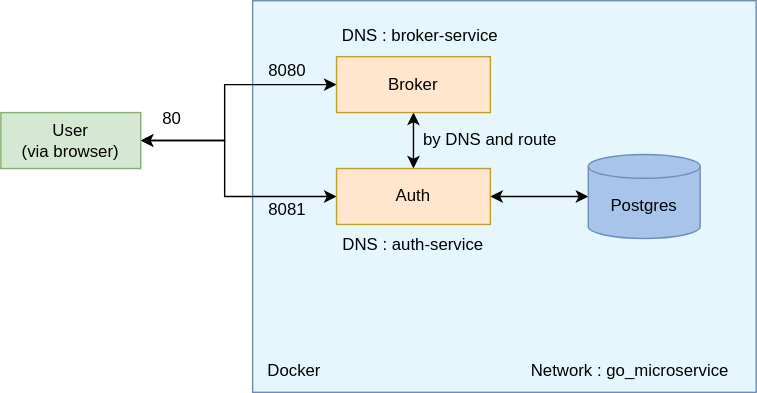
Earlier version of the draw.io export structure.svg (fangjjcs/Working-with-Microservices-in-Golang). Source tidied: cells renumbered, new cells last; positions are measured from the earlier drawing's top-left corner, leaving out a move shared by most shapes.
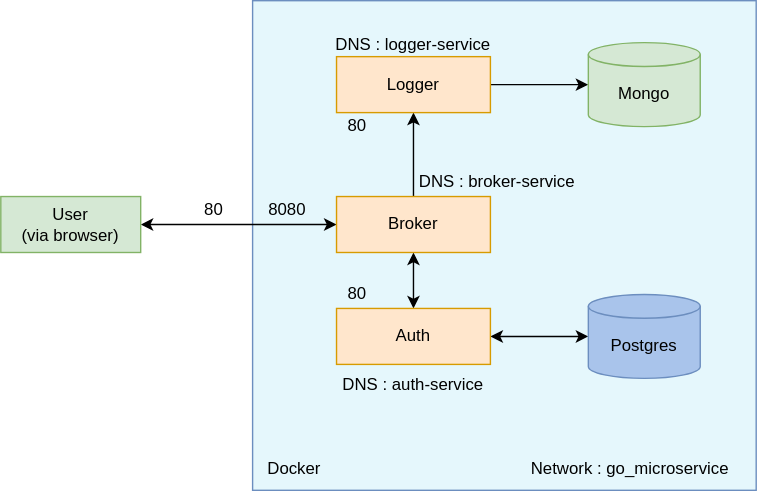
Later version of the same file.

What changed in the source:
```diff
@@ -3,30 +3,25 @@
     <mxCell id="0" />
     <mxCell id="1" parent="0" />
     <mxCell id="2" style="rounded=0;whiteSpace=wrap;html=1;fillColor=#E5F7FC;strokeColor=#6c8ebf;" parent="1" vertex="1">
-      <mxGeometry x="180" width="360" height="280" as="geometry" />
+      <mxGeometry x="180" y="-100" width="360" height="350" as="geometry" />
     </mxCell>
     <mxCell id="3" style="edgeStyle=orthogonalEdgeStyle;rounded=0;jettySize=auto;html=1;exitX=1;exitY=0.5;exitDx=0;exitDy=0;entryX=0;entryY=0.5;entryDx=0;entryDy=0;startArrow=classic;startFill=1;" parent="1" edge="1" source="5" target="7">
       <mxGeometry relative="1" as="geometry">
         <Array as="points">
-          <mxPoint x="160" y="100" />
-          <mxPoint x="160" y="60" />
+          <mxPoint x="150" y="60" />
+          <mxPoint x="150" y="60" />
         </Array>
       </mxGeometry>
     </mxCell>
-    <mxCell id="4" style="edgeStyle=orthogonalEdgeStyle;rounded=0;jettySize=auto;html=1;entryX=0;entryY=0.5;entryDx=0;entryDy=0;startArrow=classic;startFill=1;" parent="1" edge="1" source="5" target="9">
-      <mxGeometry relative="1" as="geometry">
-        <Array as="points">
-          <mxPoint x="160" y="100" />
-          <mxPoint x="160" y="140" />
-        </Array>
-      </mxGeometry>
-    </mxCell>
     <mxCell id="5" value="User&lt;br&gt;(via browser)" style="rounded=0;whiteSpace=wrap;html=1;fillColor=#d5e8d4;strokeColor=#82b366;" parent="1" vertex="1">
-      <mxGeometry y="80" width="100" height="40" as="geometry" />
+      <mxGeometry y="40" width="100" height="40" as="geometry" />
     </mxCell>
     <mxCell id="6" style="edgeStyle=orthogonalEdgeStyle;rounded=0;jettySize=auto;html=1;exitX=0.5;exitY=1;exitDx=0;exitDy=0;startArrow=classic;startFill=1;" parent="1" edge="1" source="7" target="9">
       <mxGeometry relative="1" as="geometry" />
     </mxCell>
+    <mxCell id="19" style="edgeStyle=orthogonalEdgeStyle;rounded=0;jettySize=auto;html=1;entryX=0.5;entryY=1;entryDx=0;entryDy=0;" parent="1" edge="1" source="7" target="21">
+      <mxGeometry relative="1" as="geometry" />
+    </mxCell>
     <mxCell id="7" value="Broker" style="rounded=0;whiteSpace=wrap;html=1;fillColor=#ffe6cc;strokeColor=#d79b00;" parent="1" vertex="1">
       <mxGeometry x="240" y="40" width="110" height="40" as="geometry" />
     </mxCell>
@@ -40,28 +35,40 @@
       <mxGeometry x="420" y="110" width="80" height="60" as="geometry" />
     </mxCell>
     <mxCell id="11" value="Network : go_microservice" style="text;html=1;strokeColor=none;fillColor=none;align=center;verticalAlign=middle;whiteSpace=wrap;rounded=0;" parent="1" vertex="1">
-      <mxGeometry x="360" y="250" width="180" height="30" as="geometry" />
+      <mxGeometry x="360" y="220" width="180" height="30" as="geometry" />
     </mxCell>
     <mxCell id="12" value="DNS : auth-service" style="text;html=1;strokeColor=none;fillColor=none;align=center;verticalAlign=middle;whiteSpace=wrap;rounded=0;" parent="1" vertex="1">
       <mxGeometry x="240" y="160" width="110" height="30" as="geometry" />
     </mxCell>
     <mxCell id="13" value="DNS : broker-service" style="text;html=1;strokeColor=none;fillColor=none;align=center;verticalAlign=middle;whiteSpace=wrap;rounded=0;" parent="1" vertex="1">
-      <mxGeometry x="240" y="10" width="120" height="30" as="geometry" />
+      <mxGeometry x="295" y="15" width="120" height="30" as="geometry" />
     </mxCell>
     <mxCell id="14" value="80" style="text;html=1;strokeColor=none;fillColor=none;align=center;verticalAlign=middle;whiteSpace=wrap;rounded=0;" parent="1" vertex="1">
-      <mxGeometry x="110" y="70" width="25" height="30" as="geometry" />
+      <mxGeometry x="140" y="35" width="25" height="30" as="geometry" />
     </mxCell>
-    <mxCell id="15" value="8081" style="text;html=1;strokeColor=none;fillColor=none;align=center;verticalAlign=middle;whiteSpace=wrap;rounded=0;" parent="1" vertex="1">
-      <mxGeometry x="190" y="140" width="30" height="20" as="geometry" />
+    <mxCell id="15" value="80" style="text;html=1;strokeColor=none;fillColor=none;align=center;verticalAlign=middle;whiteSpace=wrap;rounded=0;" parent="1" vertex="1">
+      <mxGeometry x="240" y="100" width="30" height="20" as="geometry" />
     </mxCell>
     <mxCell id="16" value="8080" style="text;html=1;strokeColor=none;fillColor=none;align=center;verticalAlign=middle;whiteSpace=wrap;rounded=0;" parent="1" vertex="1">
       <mxGeometry x="190" y="40" width="30" height="20" as="geometry" />
     </mxCell>
-    <mxCell id="17" value="by DNS and route" style="text;html=1;strokeColor=none;fillColor=none;align=center;verticalAlign=middle;whiteSpace=wrap;rounded=0;" parent="1" vertex="1">
-      <mxGeometry x="300" y="90" width="100" height="20" as="geometry" />
-    </mxCell>
     <mxCell id="18" value="Docker" style="text;html=1;strokeColor=none;fillColor=none;align=center;verticalAlign=middle;whiteSpace=wrap;rounded=0;" parent="1" vertex="1">
-      <mxGeometry x="180" y="250" width="60" height="30" as="geometry" />
+      <mxGeometry x="180" y="220" width="60" height="30" as="geometry" />
     </mxCell>
+    <mxCell id="20" style="edgeStyle=orthogonalEdgeStyle;rounded=0;jettySize=auto;html=1;" parent="1" edge="1" source="21" target="22">
+      <mxGeometry relative="1" as="geometry" />
+    </mxCell>
+    <mxCell id="21" value="Logger" style="rounded=0;whiteSpace=wrap;html=1;fillColor=#ffe6cc;strokeColor=#d79b00;" parent="1" vertex="1">
+      <mxGeometry x="240" y="-60" width="110" height="40" as="geometry" />
+    </mxCell>
+    <mxCell id="22" value="Mongo" style="shape=cylinder3;whiteSpace=wrap;html=1;boundedLbl=1;backgroundOutline=1;size=8.5;fillColor=#d5e8d4;strokeColor=#82b366;" parent="1" vertex="1">
+      <mxGeometry x="420" y="-70" width="80" height="60" as="geometry" />
+    </mxCell>
+    <mxCell id="23" value="80" style="text;html=1;strokeColor=none;fillColor=none;align=center;verticalAlign=middle;whiteSpace=wrap;rounded=0;" parent="1" vertex="1">
+      <mxGeometry x="240" y="-20" width="30" height="20" as="geometry" />
+    </mxCell>
+    <mxCell id="24" value="DNS : logger-service" style="text;html=1;strokeColor=none;fillColor=none;align=center;verticalAlign=middle;whiteSpace=wrap;rounded=0;" parent="1" vertex="1">
+      <mxGeometry x="235" y="-83" width="120" height="30" as="geometry" />
+    </mxCell>
   </root>
 </mxGraphModel>
```
